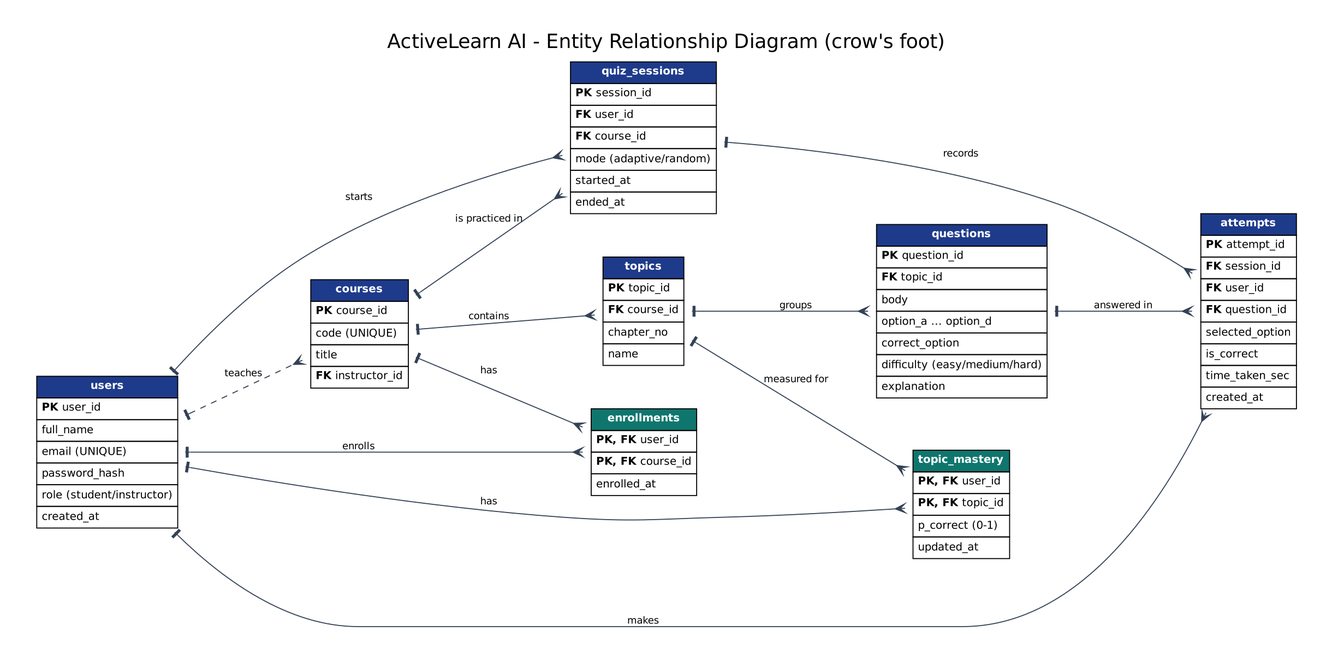
This is database/erd.png from omar-SciTech/ActiveLearn-AI, a Graphviz export, as it was before one commit. Its source is kept beside it as database/erd.dot.
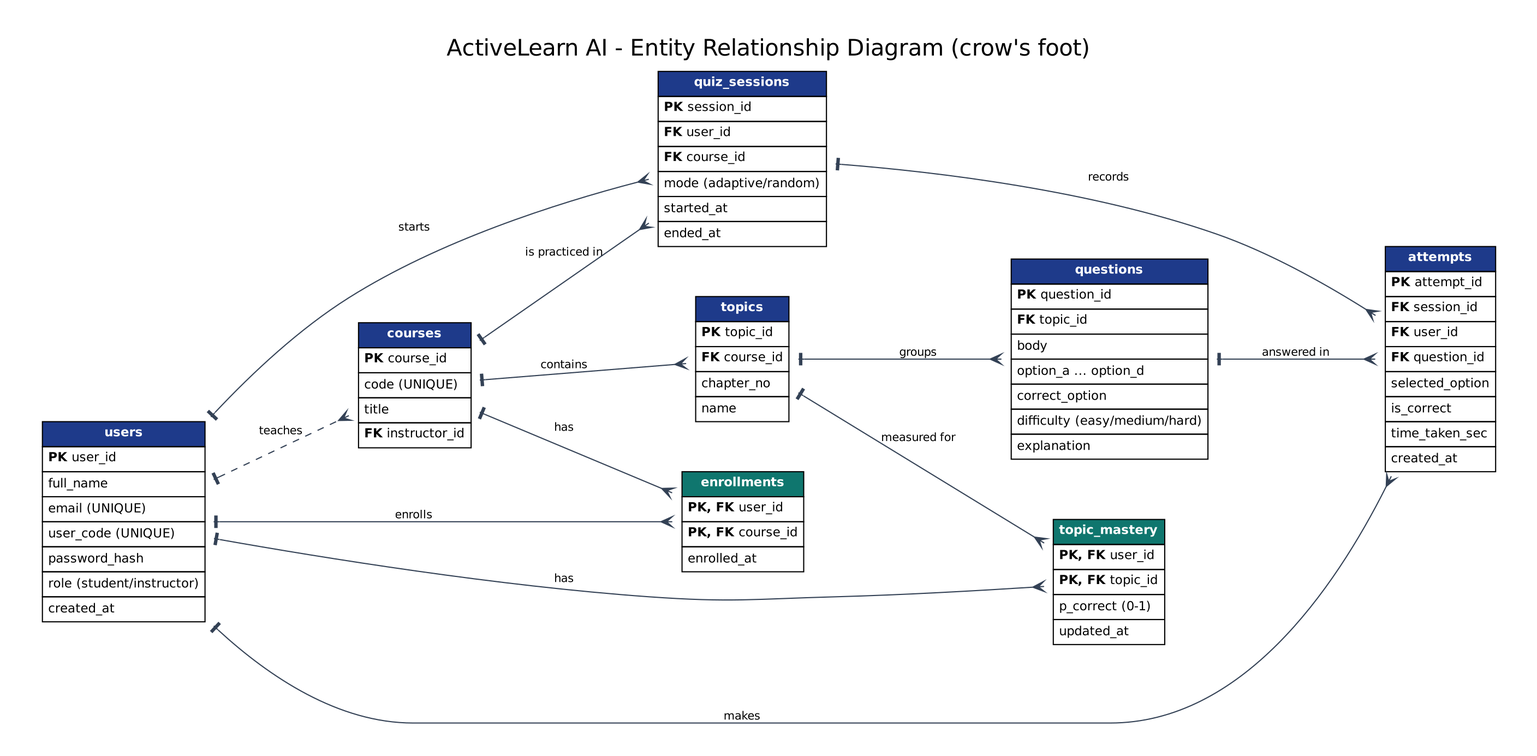
Above is the later version.

Diff of the diagram source:
```diff
@@ -8,6 +8,7 @@
     <TR><TD ALIGN="LEFT"><B>PK</B> user_id</TD></TR>
     <TR><TD ALIGN="LEFT">full_name</TD></TR>
     <TR><TD ALIGN="LEFT">email (UNIQUE)</TD></TR>
+    <TR><TD ALIGN="LEFT">user_code (UNIQUE)</TD></TR>
     <TR><TD ALIGN="LEFT">password_hash</TD></TR>
     <TR><TD ALIGN="LEFT">role (student/instructor)</TD></TR>
     <TR><TD ALIGN="LEFT">created_at</TD></TR></TABLE>>];
```
